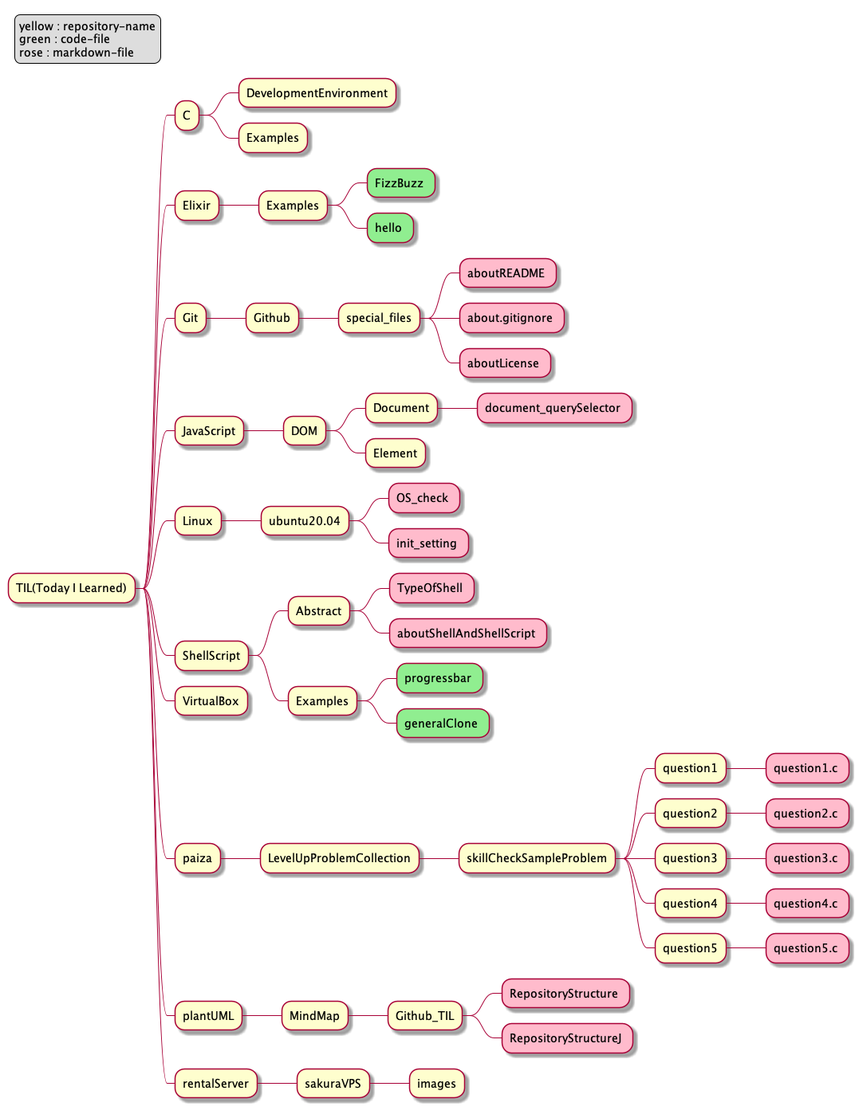
sudo-roa/TIL keeps this PlantUML diagram as RepositoryStructure.png. Above is the earlier version. Source of this version:
```plantuml
@startmindmap RepositoryStructure
<style>
mindmapDiagram {
  .green {
    BackgroundColor #90ee90
  }
  .rose {
    BackgroundColor #FFBBCC
  }
}
</style>

* TIL(Today I Learned)

** C
*** DevelopmentEnvironment
*** Examples

** Elixir
*** Examples
**** FizzBuzz <<green>>
**** hello <<green>>

** Git
*** Github
**** special_files
***** aboutREADME <<rose>>
***** about.gitignore <<rose>>
***** aboutLicense <<rose>>

** JavaScript
*** DOM
**** Document
***** document_querySelector <<rose>>
**** Element

** Linux
*** ubuntu20.04
**** OS_check <<rose>>
**** init_setting <<rose>>

** ShellScript
*** Abstract
**** TypeOfShell <<rose>>
**** aboutShellAndShellScript <<rose>>
*** Examples
**** progressbar <<green>>
**** generalClone <<green>>

** VirtualBox

** paiza
*** LevelUpProblemCollection
**** skillCheckSampleProblem
***** question1
****** question1.c <<rose>>
***** question2
****** question2.c <<rose>>
***** question3
****** question3.c <<rose>>
***** question4
****** question4.c <<rose>>
***** question5
****** question5.c <<rose>>

** plantUML
*** MindMap
**** Github_TIL
***** RepositoryStructure <<rose>>
***** RepositoryStructureJ <<rose>>

** rentalServer
*** sakuraVPS
**** images


legend top left
    yellow : repository-name
    green : code-file
    rose : markdown-file
endlegend

@endmindmap
```
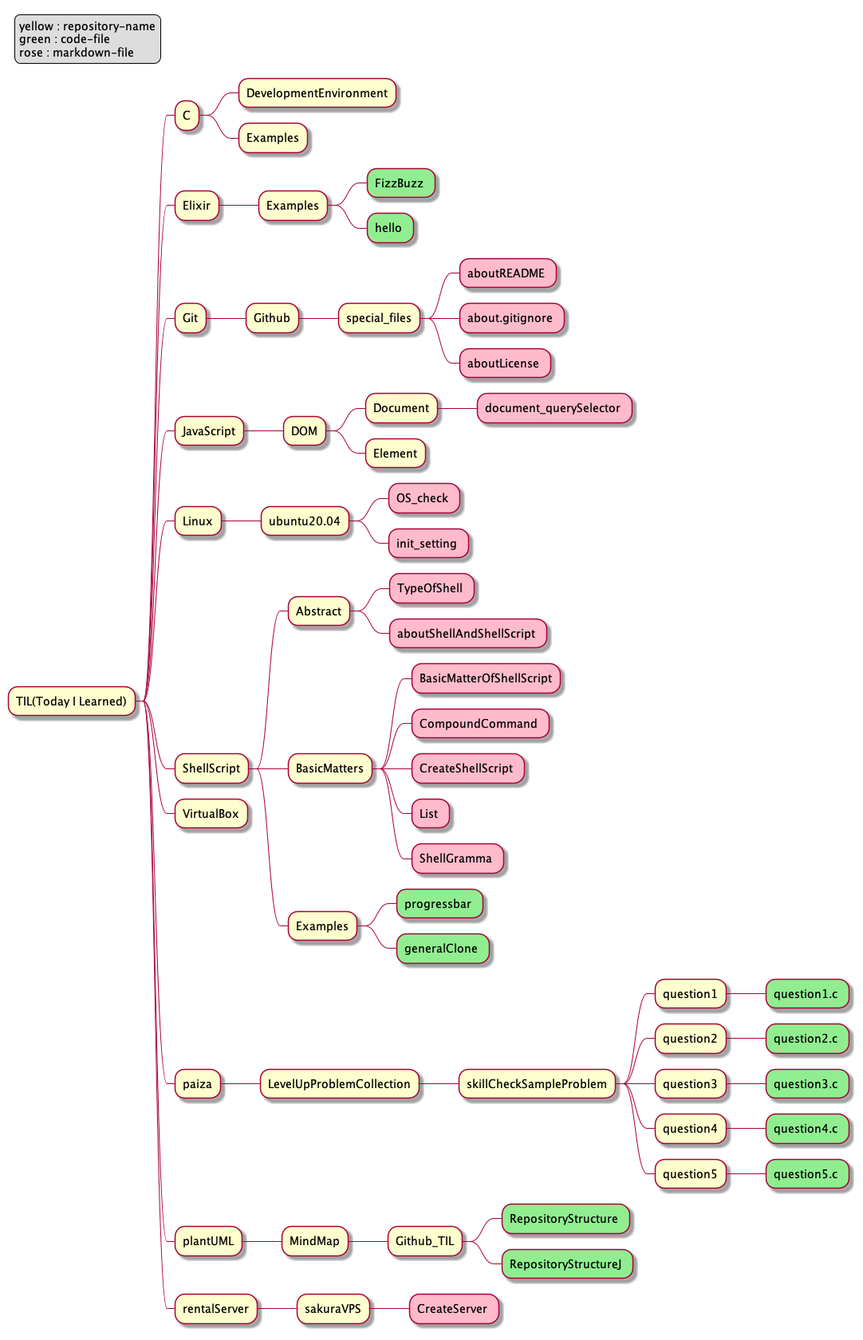
After the commit.

Commit message:
update Repository Structure

Diff of the diagram source:
```diff
@@ -43,6 +43,12 @@
 *** Abstract
 **** TypeOfShell <<rose>>
 **** aboutShellAndShellScript <<rose>>
+*** BasicMatters
+**** BasicMatterOfShellScript<<rose>>
+**** CompoundCommand <<rose>>
+**** CreateShellScript <<rose>>
+**** List <<rose>>
+**** ShellGramma <<rose>>
 *** Examples
 **** progressbar <<green>>
 **** generalClone <<green>>
@@ -53,25 +59,25 @@
 *** LevelUpProblemCollection
 **** skillCheckSampleProblem
 ***** question1
-****** question1.c <<rose>>
+****** question1.c <<green>>
 ***** question2
-****** question2.c <<rose>>
+****** question2.c <<green>>
 ***** question3
-****** question3.c <<rose>>
+****** question3.c <<green>>
 ***** question4
-****** question4.c <<rose>>
+****** question4.c <<green>>
 ***** question5
-****** question5.c <<rose>>
+****** question5.c <<green>>
 
 ** plantUML
 *** MindMap
 **** Github_TIL
-***** RepositoryStructure <<rose>>
-***** RepositoryStructureJ <<rose>>
+***** RepositoryStructure <<green>>
+***** RepositoryStructureJ <<green>>
 
 ** rentalServer
 *** sakuraVPS
-**** images
+**** CreateServer <<rose>>
 
 
 legend top left
```
